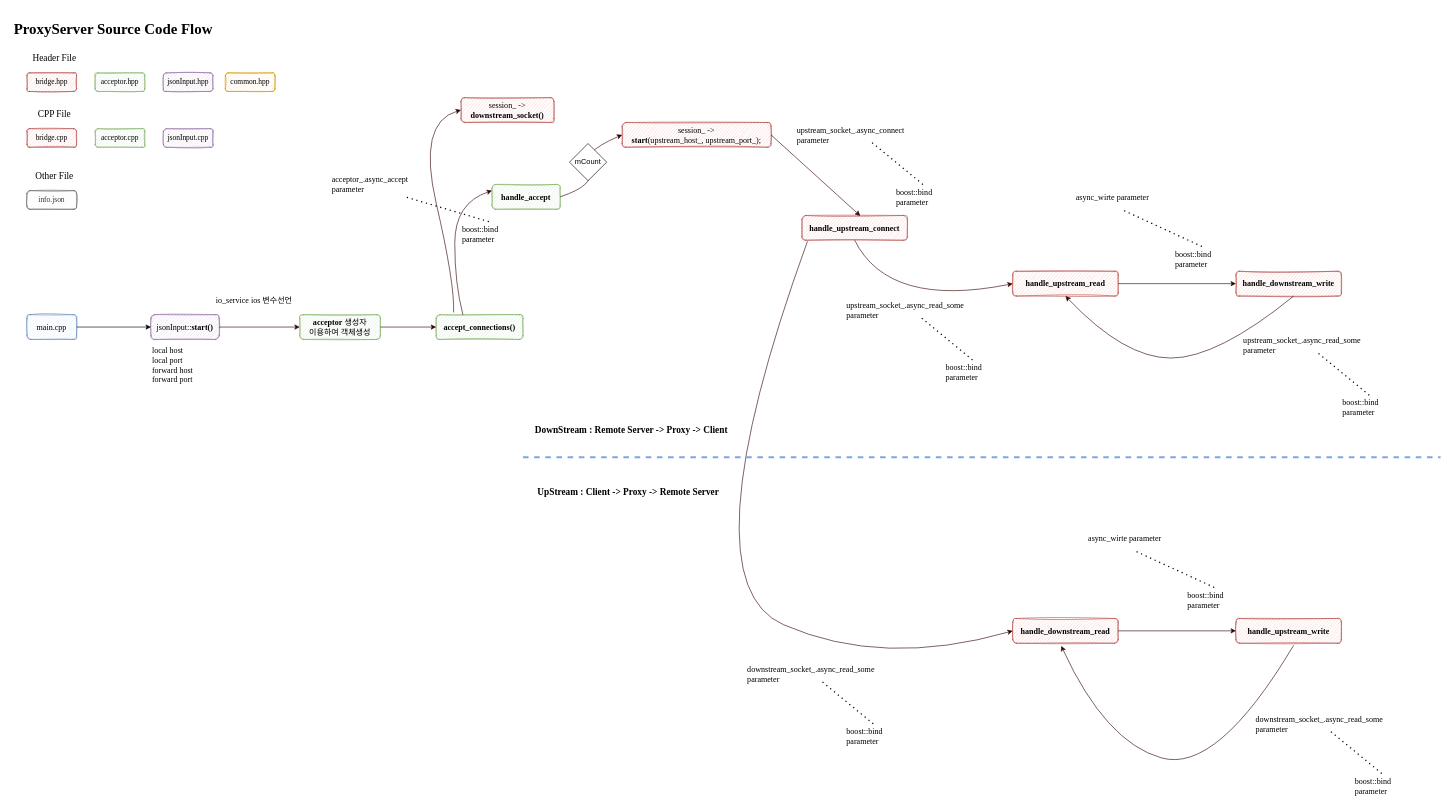
This is SourceCodeFlow.drawio from dudpray0220/C-ProxyServer, a draw.io file, before an edit. Source tidied: cells renumbered, new cells numbered last; positions are measured from the earlier drawing's top-left corner, leaving out a move shared by most shapes. Both pictures are drawn from the tidied source at 62%, with x=0, y=0 at pixel (11, 17).
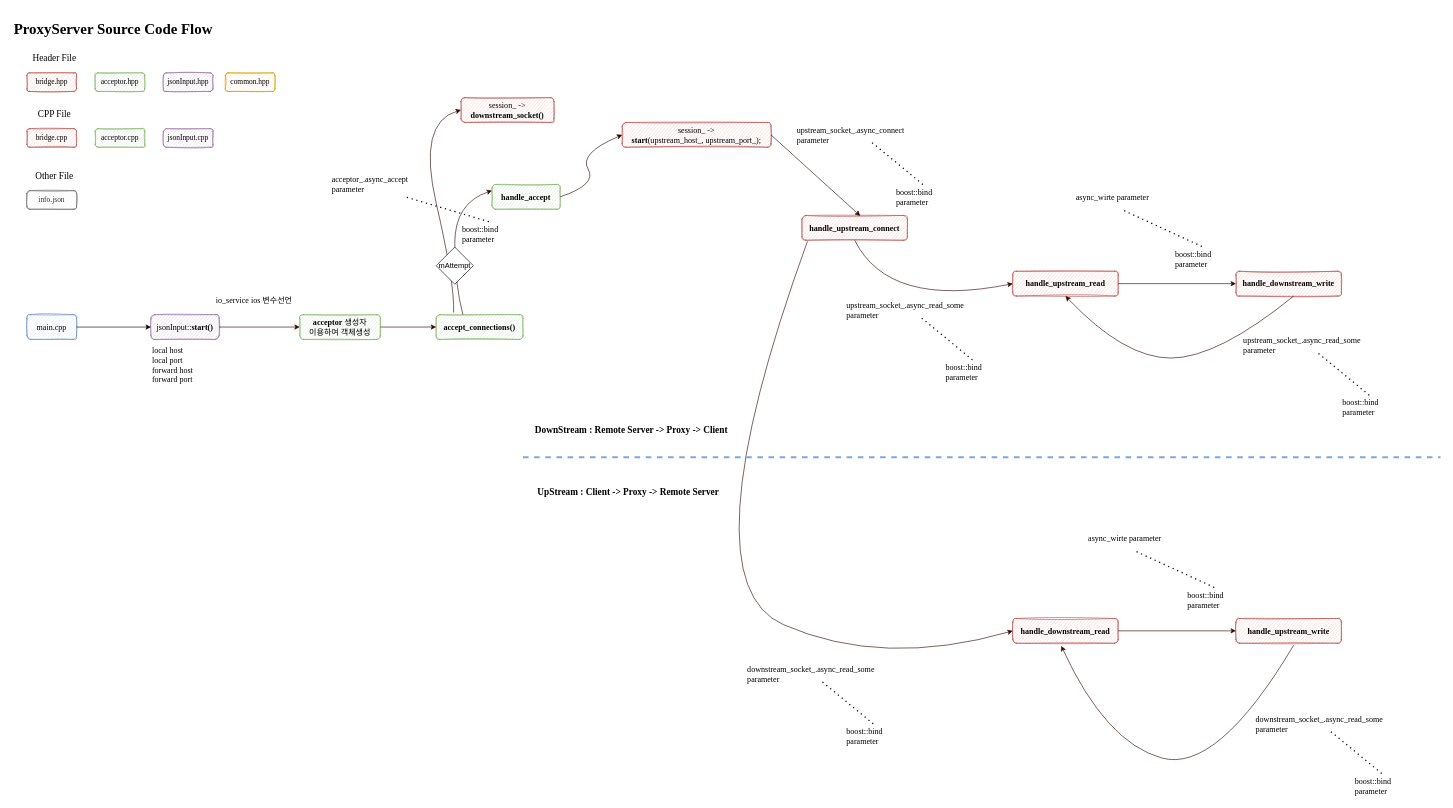
After the change.

The edit, as a diff of the source:
```diff
@@
-    <mxCell id="68" value="mCount" style="rhombus;whiteSpace=wrap;html=1;" parent="1" vertex="1">
-      <mxGeometry x="901" y="204" width="60" height="60" as="geometry" />
+    <mxCell id="68" value="mAttempt" style="rhombus;whiteSpace=wrap;html=1;" parent="1" vertex="1">
+      <mxGeometry x="686" y="371" width="60" height="60" as="geometry" />
     </mxCell>
```
